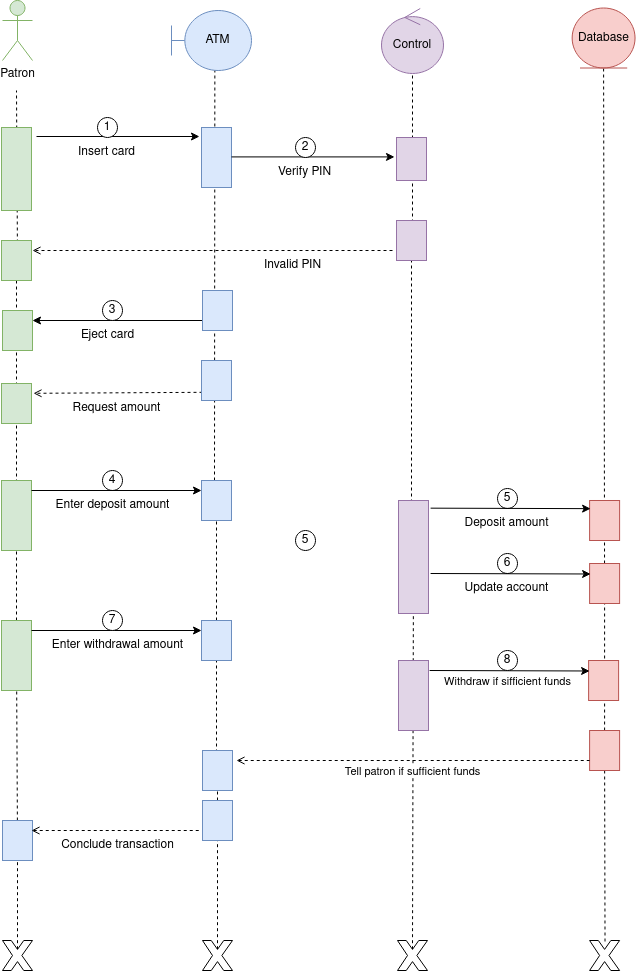
Before: diagramas/tarea6/diagrama_de_secuencia_cajero_automatico.png, a diagram exported from draw.io (Chugani05/entorno_de_desarrollo). Source tidied: cells renumbered, new cells last; positions are measured from the earlier drawing's top-left corner, leaving out a move shared by most shapes.
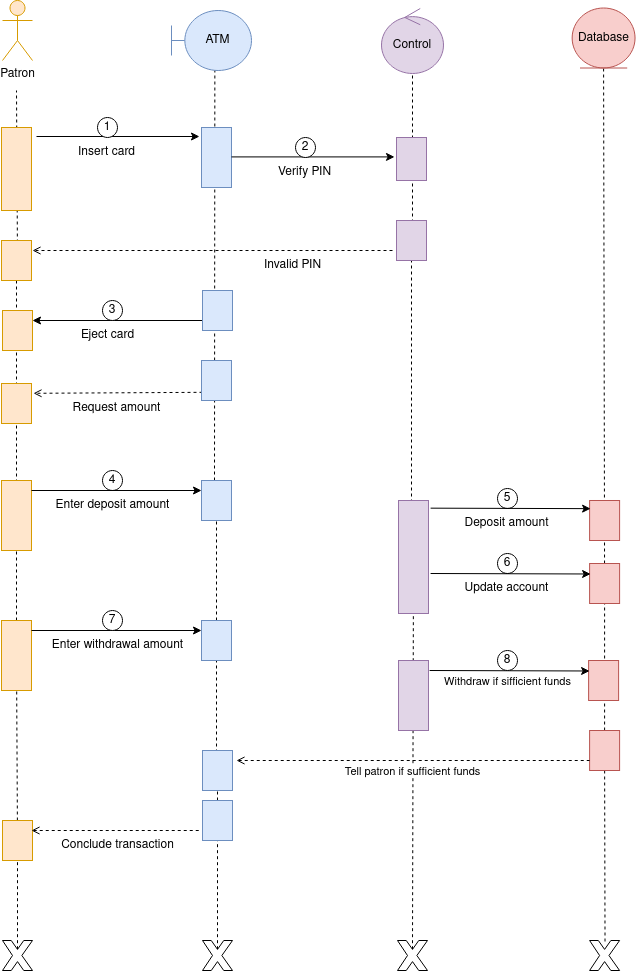
After the change.

Change to the diagram source:
```diff
@@ -59,7 +59,7 @@
         <mxPoint x="15" y="90" as="targetPoint" />
       </mxGeometry>
     </mxCell>
-    <mxCell id="17" style="rounded=0;whiteSpace=wrap;html=1;direction=south;fillColor=#d5e8d4;strokeColor=#82b366;" parent="1" vertex="1">
+    <mxCell id="17" style="rounded=0;whiteSpace=wrap;html=1;direction=south;fillColor=#ffe6cc;strokeColor=#d79b00;" parent="1" vertex="1">
       <mxGeometry y="127" width="30" height="83" as="geometry" />
     </mxCell>
     <mxCell id="18" style="verticalLabelPosition=bottom;verticalAlign=top;html=1;shape=mxgraph.basic.x;" parent="1" vertex="1">
@@ -85,7 +85,7 @@
     <mxCell id="24" value="ATM" style="shape=umlBoundary;whiteSpace=wrap;html=1;fillColor=#dae8fc;strokeColor=#6c8ebf;" parent="1" vertex="1">
       <mxGeometry x="170" y="10" width="80" height="60" as="geometry" />
     </mxCell>
-    <mxCell id="25" value="Patron" style="shape=umlActor;verticalLabelPosition=bottom;verticalAlign=top;html=1;fillColor=#d5e8d4;strokeColor=#82b366;" parent="1" vertex="1">
+    <mxCell id="25" value="Patron" style="shape=umlActor;verticalLabelPosition=bottom;verticalAlign=top;html=1;fillColor=#ffe6cc;strokeColor=#d79b00;" parent="1" vertex="1">
       <mxGeometry x="1" width="30" height="60" as="geometry" />
     </mxCell>
     <mxCell id="26" style="rounded=0;whiteSpace=wrap;html=1;direction=south;verticalAlign=top;fillColor=#e1d5e7;strokeColor=#9673a6;" parent="1" vertex="1">
@@ -125,13 +125,13 @@
         <mxPoint x="15" y="403" as="sourcePoint" />
       </mxGeometry>
     </mxCell>
-    <mxCell id="35" style="rounded=0;whiteSpace=wrap;html=1;direction=south;verticalAlign=top;fillColor=#d5e8d4;strokeColor=#82b366;" parent="1" vertex="1">
+    <mxCell id="35" style="rounded=0;whiteSpace=wrap;html=1;direction=south;verticalAlign=top;fillColor=#ffe6cc;strokeColor=#d79b00;" parent="1" vertex="1">
       <mxGeometry y="240" width="30" height="40" as="geometry" />
     </mxCell>
     <mxCell id="36" style="rounded=0;whiteSpace=wrap;html=1;direction=south;verticalAlign=top;fillColor=#dae8fc;strokeColor=#6c8ebf;" parent="1" vertex="1">
       <mxGeometry x="201" y="290" width="30" height="40" as="geometry" />
     </mxCell>
-    <mxCell id="37" style="rounded=0;whiteSpace=wrap;html=1;direction=south;verticalAlign=top;fillColor=#d5e8d4;strokeColor=#82b366;" parent="1" vertex="1">
+    <mxCell id="37" style="rounded=0;whiteSpace=wrap;html=1;direction=south;verticalAlign=top;fillColor=#ffe6cc;strokeColor=#d79b00;" parent="1" vertex="1">
       <mxGeometry x="1" y="310" width="30" height="40" as="geometry" />
     </mxCell>
     <mxCell id="38" style="rounded=0;whiteSpace=wrap;html=1;direction=south;verticalAlign=top;fillColor=#dae8fc;strokeColor=#6c8ebf;" parent="1" vertex="1">
@@ -142,7 +142,7 @@
         <mxPoint x="15" y="500" as="sourcePoint" />
       </mxGeometry>
     </mxCell>
-    <mxCell id="40" style="rounded=0;whiteSpace=wrap;html=1;direction=south;verticalAlign=top;fillColor=#d5e8d4;strokeColor=#82b366;" parent="1" vertex="1">
+    <mxCell id="40" style="rounded=0;whiteSpace=wrap;html=1;direction=south;verticalAlign=top;fillColor=#ffe6cc;strokeColor=#d79b00;" parent="1" vertex="1">
       <mxGeometry y="383" width="30" height="40" as="geometry" />
     </mxCell>
     <mxCell id="41" value="Request amount" style="text;html=1;align=center;verticalAlign=middle;strokeColor=none;fillColor=none;" parent="1" vertex="1">
@@ -156,10 +156,10 @@
         <mxPoint x="15" y="620" as="sourcePoint" />
       </mxGeometry>
     </mxCell>
-    <mxCell id="44" style="rounded=0;whiteSpace=wrap;html=1;direction=south;verticalAlign=top;fillColor=#d5e8d4;strokeColor=#82b366;" parent="1" vertex="1">
+    <mxCell id="44" style="rounded=0;whiteSpace=wrap;html=1;direction=south;verticalAlign=top;fillColor=#ffe6cc;strokeColor=#d79b00;" parent="1" vertex="1">
       <mxGeometry y="480" width="30" height="70" as="geometry" />
     </mxCell>
-    <mxCell id="45" style="rounded=0;whiteSpace=wrap;html=1;direction=south;verticalAlign=top;fillColor=#d5e8d4;strokeColor=#82b366;" parent="1" vertex="1">
+    <mxCell id="45" style="rounded=0;whiteSpace=wrap;html=1;direction=south;verticalAlign=top;fillColor=#ffe6cc;strokeColor=#d79b00;" parent="1" vertex="1">
       <mxGeometry y="620" width="30" height="70" as="geometry" />
     </mxCell>
     <mxCell id="46" style="endArrow=none;dashed=1;html=1;rounded=0;verticalAlign=bottom;" parent="1" edge="1" target="47">
@@ -224,9 +224,6 @@
     <mxCell id="61" value="Update account" style="text;html=1;align=center;verticalAlign=middle;strokeColor=none;fillColor=none;" parent="1" vertex="1">
       <mxGeometry x="450" y="573" width="110" height="30" as="geometry" />
     </mxCell>
-    <mxCell id="62" value="5" style="ellipse;whiteSpace=wrap;html=1;" parent="1" vertex="1">
-      <mxGeometry x="294" y="530" width="20" height="20" as="geometry" />
-    </mxCell>
     <mxCell id="63" value="7" style="ellipse;whiteSpace=wrap;html=1;" parent="1" vertex="1">
       <mxGeometry x="101" y="610" width="20" height="20" as="geometry" />
     </mxCell>
@@ -283,7 +280,7 @@
     <mxCell id="77" style="endArrow=none;dashed=1;html=1;rounded=0;exitX=0.5;exitY=0.29;exitDx=0;exitDy=0;exitPerimeter=0;" parent="1" edge="1" source="13" target="78">
       <mxGeometry relative="1" as="geometry" />
     </mxCell>
-    <mxCell id="78" style="rounded=0;whiteSpace=wrap;html=1;direction=south;verticalAlign=top;fillColor=#dae8fc;strokeColor=#6c8ebf;" parent="1" vertex="1">
+    <mxCell id="78" style="rounded=0;whiteSpace=wrap;html=1;direction=south;verticalAlign=top;fillColor=#ffe6cc;strokeColor=#d79b00;" parent="1" vertex="1">
       <mxGeometry x="1" y="820" width="30" height="40" as="geometry" />
     </mxCell>
     <mxCell id="79" style="endArrow=none;html=1;rounded=0;exitX=0.25;exitY=0;exitDx=0;exitDy=0;entryX=0.15;entryY=1.067;entryDx=0;entryDy=0;entryPerimeter=0;endFill=0;startArrow=open;startFill=0;dashed=1;" parent="1" edge="1">
```
